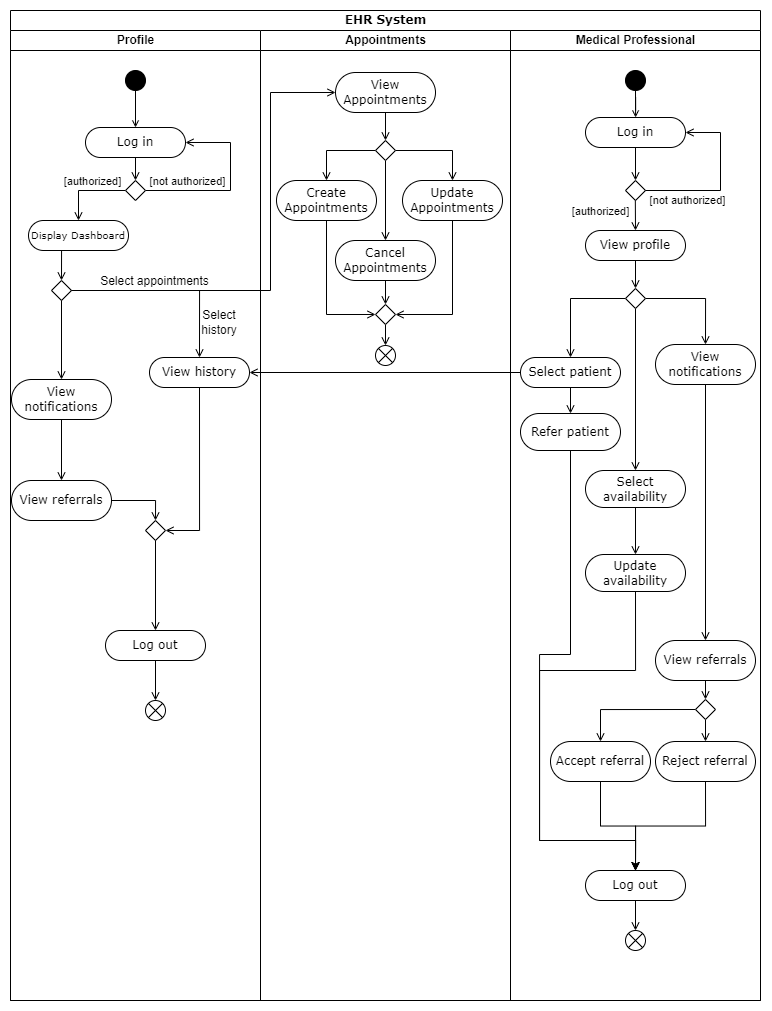
uvic-teach/project-m1-team10 keeps this draw.io diagram as Milestone-3/Activity-Diagram/SENG350-Activity-Diagram.drawio.png. Above is the earlier version. Source tidied: cells renumbered, new cells last; positions are measured from the earlier drawing's top-left corner, leaving out a move shared by most shapes.
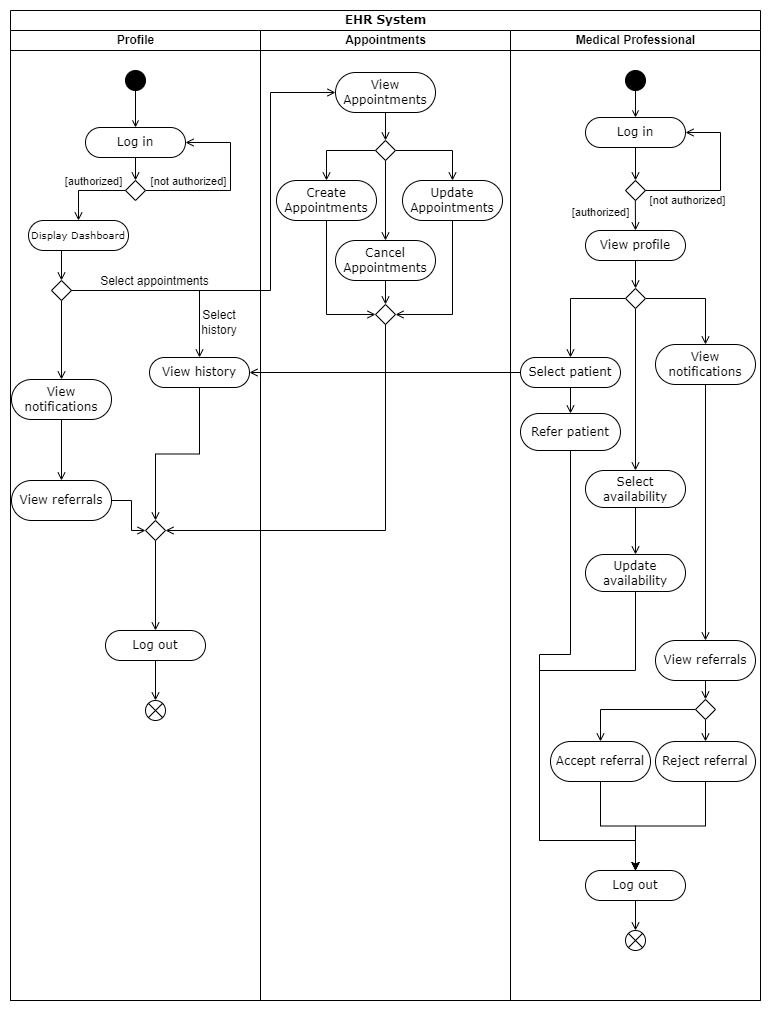
Later version of the same file.

The edit, as a diff of the source:
```diff
@@ -60,7 +60,7 @@
     <mxCell id="16" style="rhombus;whiteSpace=wrap;html=1;" parent="3" vertex="1">
       <mxGeometry x="41" y="250" width="20" height="20" as="geometry" />
     </mxCell>
-    <mxCell id="17" style="edgeStyle=orthogonalEdgeStyle;rounded=0;jettySize=auto;html=1;exitX=0.5;exitY=1;exitDx=0;exitDy=0;entryX=1;entryY=0.5;entryDx=0;entryDy=0;endArrow=open;endFill=0;" parent="3" edge="1" source="18" target="27">
+    <mxCell id="17" style="edgeStyle=orthogonalEdgeStyle;rounded=0;jettySize=auto;html=1;exitX=0.5;exitY=1;exitDx=0;exitDy=0;entryX=0.5;entryY=0;entryDx=0;entryDy=0;endArrow=open;endFill=0;" parent="3" edge="1" source="18" target="27">
       <mxGeometry relative="1" as="geometry" />
     </mxCell>
     <mxCell id="18" value="View history" style="rounded=1;whiteSpace=wrap;html=1;shadow=0;comic=0;labelBackgroundColor=none;strokeWidth=1;fontFamily=Verdana;fontSize=12;align=center;arcSize=50;" parent="3" vertex="1">
@@ -96,7 +96,7 @@
     <mxCell id="28" style="edgeStyle=orthogonalEdgeStyle;rounded=0;jettySize=auto;html=1;exitX=0.5;exitY=1;exitDx=0;exitDy=0;entryX=0.5;entryY=0;entryDx=0;entryDy=0;endArrow=open;endFill=0;" parent="3" edge="1" source="27" target="24">
       <mxGeometry relative="1" as="geometry" />
     </mxCell>
-    <mxCell id="29" style="edgeStyle=orthogonalEdgeStyle;rounded=0;jettySize=auto;html=1;exitX=1;exitY=0.5;exitDx=0;exitDy=0;entryX=0.5;entryY=0;entryDx=0;entryDy=0;endArrow=open;endFill=0;" parent="3" edge="1" source="22" target="27">
+    <mxCell id="29" style="edgeStyle=orthogonalEdgeStyle;rounded=0;jettySize=auto;html=1;exitX=1;exitY=0.5;exitDx=0;exitDy=0;entryX=0;entryY=0.5;entryDx=0;entryDy=0;endArrow=open;endFill=0;" parent="3" edge="1" source="22" target="27">
       <mxGeometry relative="1" as="geometry" />
     </mxCell>
     <mxCell id="30" value="Appointments" style="swimlane;html=1;startSize=20;" parent="2" vertex="1">
@@ -138,15 +138,9 @@
     <mxCell id="42" value="Cancel Appointments" style="rounded=1;whiteSpace=wrap;html=1;shadow=0;comic=0;labelBackgroundColor=none;strokeWidth=1;fontFamily=Verdana;fontSize=12;align=center;arcSize=50;" parent="30" vertex="1">
       <mxGeometry x="75" y="210" width="100" height="40" as="geometry" />
     </mxCell>
-    <mxCell id="43" style="edgeStyle=orthogonalEdgeStyle;rounded=0;jettySize=auto;html=1;exitX=0.5;exitY=1;exitDx=0;exitDy=0;entryX=0.5;entryY=0;entryDx=0;entryDy=0;endArrow=open;endFill=0;" parent="30" edge="1" source="44" target="45">
-      <mxGeometry relative="1" as="geometry" />
-    </mxCell>
     <mxCell id="44" style="rhombus;whiteSpace=wrap;html=1;" parent="30" vertex="1">
       <mxGeometry x="115" y="274" width="20" height="20" as="geometry" />
     </mxCell>
-    <mxCell id="45" style="shape=sumEllipse;perimeter=ellipsePerimeter;whiteSpace=wrap;html=1;backgroundOutline=1;" parent="30" vertex="1">
-      <mxGeometry x="115" y="315" width="20" height="20" as="geometry" />
-    </mxCell>
     <mxCell id="46" value="Medical Professional" style="swimlane;html=1;startSize=20;" parent="2" vertex="1">
       <mxGeometry x="500" y="20" width="250" height="970" as="geometry" />
     </mxCell>
@@ -299,6 +293,9 @@
         </Array>
       </mxGeometry>
     </mxCell>
+    <mxCell id="43" style="edgeStyle=orthogonalEdgeStyle;rounded=0;jettySize=auto;html=1;exitX=0.5;exitY=1;exitDx=0;exitDy=0;entryX=1;entryY=0.5;entryDx=0;entryDy=0;endArrow=open;endFill=0;" parent="2" edge="1" source="44" target="27">
+      <mxGeometry relative="1" as="geometry" />
+    </mxCell>
     <mxCell id="86" value="Select&amp;nbsp;appointments" style="text;html=1;strokeColor=none;fillColor=none;align=center;verticalAlign=middle;whiteSpace=wrap;rounded=0;" parent="1" vertex="1">
       <mxGeometry x="90" y="256" width="109" height="30" as="geometry" />
     </mxCell>
```
